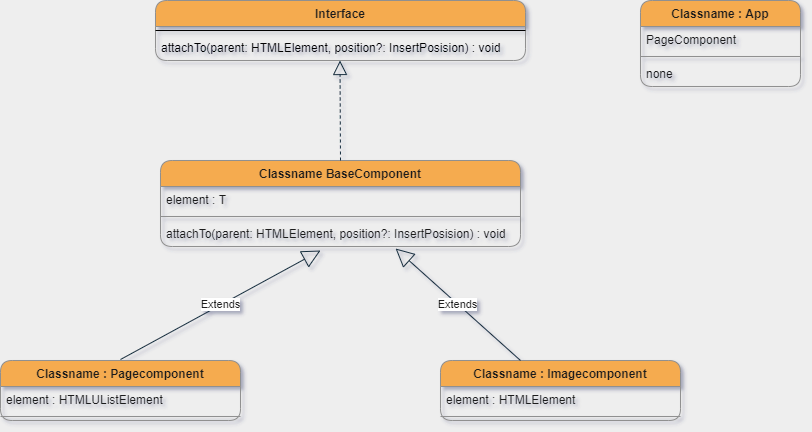
This is ClassDiagram/class-diagram-motion-initialPage.png from goldmayo/Motion, a draw.io export, as it was before one commit. Source tidied: cells renumbered, new cells last; positions are measured from the earlier drawing's top-left corner, leaving out a move shared by most shapes.
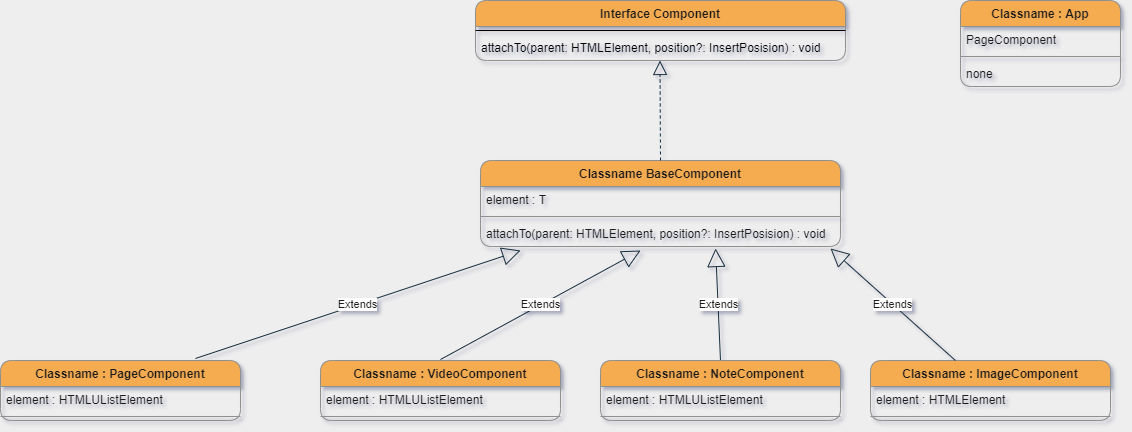
Later version of the same file.

Commit message:
update ClassDiagram, add note video todo components

The edit, as a diff of the source:
```diff
@@ -14,7 +14,7 @@
     <mxCell id="5" value="none" style="text;strokeColor=none;fillColor=none;align=left;verticalAlign=top;spacingLeft=4;spacingRight=4;overflow=hidden;fontColor=#1A1A1A;" parent="2" vertex="1">
       <mxGeometry y="60" width="160" height="26" as="geometry" />
     </mxCell>
-    <mxCell id="6" value="Classname : Pagecomponent" style="swimlane;fontStyle=1;align=center;verticalAlign=top;horizontal=1;startSize=26;rounded=1;strokeColor=#909090;fillColor=#F5AB50;fontColor=#1A1A1A;" parent="1" vertex="1">
+    <mxCell id="6" value="Classname : VideoComponent" style="swimlane;fontStyle=1;align=center;verticalAlign=top;horizontal=1;startSize=26;rounded=1;strokeColor=#909090;fillColor=#F5AB50;fontColor=#1A1A1A;" parent="1" vertex="1">
       <mxGeometry y="360" width="240" height="60" as="geometry" />
     </mxCell>
     <mxCell id="7" value="element : HTMLUListElement" style="text;strokeColor=none;fillColor=none;align=left;verticalAlign=top;spacingLeft=4;spacingRight=4;overflow=hidden;fontColor=#1A1A1A;" parent="6" vertex="1">
@@ -23,8 +23,8 @@
     <mxCell id="8" style="line;strokeWidth=1;fillColor=none;align=left;verticalAlign=middle;spacingTop=-1;spacingLeft=3;spacingRight=3;labelPosition=right;strokeColor=#909090;fontColor=#1A1A1A;labelBackgroundColor=#EEEEEE;" parent="6" vertex="1">
       <mxGeometry y="52" width="240" height="8" as="geometry" />
     </mxCell>
-    <mxCell id="9" value="Classname : Imagecomponent" style="swimlane;fontStyle=1;align=center;verticalAlign=top;horizontal=1;startSize=26;rounded=1;strokeColor=#909090;fillColor=#F5AB50;fontColor=#1A1A1A;" parent="1" vertex="1">
-      <mxGeometry x="440" y="360" width="240" height="60" as="geometry" />
+    <mxCell id="9" value="Classname : ImageComponent" style="swimlane;fontStyle=1;align=center;verticalAlign=top;horizontal=1;startSize=26;rounded=1;strokeColor=#909090;fillColor=#F5AB50;fontColor=#1A1A1A;" parent="1" vertex="1">
+      <mxGeometry x="550" y="360" width="240" height="60" as="geometry" />
     </mxCell>
     <mxCell id="10" value="element : HTMLElement" style="text;strokeColor=none;fillColor=none;align=left;verticalAlign=top;spacingLeft=4;spacingRight=4;overflow=hidden;fontColor=#1A1A1A;" parent="9" vertex="1">
       <mxGeometry y="26" width="240" height="26" as="geometry" />
@@ -44,7 +44,7 @@
     <mxCell id="15" value="attachTo(parent: HTMLElement, position?: InsertPosision) : void" style="text;strokeColor=none;fillColor=none;align=left;verticalAlign=top;spacingLeft=4;spacingRight=4;overflow=hidden;points=[[0,0.5],[1,0.5]];portConstraint=eastwest;fontColor=#1A1A1A;" parent="12" vertex="1">
       <mxGeometry y="60" width="360" height="26" as="geometry" />
     </mxCell>
-    <mxCell id="16" value="Interface" style="swimlane;fontStyle=1;align=center;verticalAlign=top;horizontal=1;startSize=26;rounded=1;sketch=0;fontColor=#1A1A1A;strokeColor=#909090;fillColor=#F5AB50;" parent="1" vertex="1">
+    <mxCell id="16" value="Interface Component" style="swimlane;fontStyle=1;align=center;verticalAlign=top;horizontal=1;startSize=26;rounded=1;sketch=0;fontColor=#1A1A1A;strokeColor=#909090;fillColor=#F5AB50;" parent="1" vertex="1">
       <mxGeometry x="155" width="370" height="60" as="geometry" />
     </mxCell>
     <mxCell id="17" style="line;strokeWidth=1;fillColor=none;align=left;verticalAlign=middle;spacingTop=-1;spacingLeft=3;spacingRight=3;labelPosition=right;" parent="16" vertex="1">
@@ -64,10 +64,38 @@
         <mxPoint x="320" y="250" as="targetPoint" />
       </mxGeometry>
     </mxCell>
-    <mxCell id="21" value="Extends" style="endArrow=block;endSize=16;endFill=0;html=1;fontColor=#1A1A1A;strokeColor=#182E3E;entryX=0.653;entryY=1.077;entryDx=0;entryDy=0;entryPerimeter=0;" parent="1" edge="1" target="15">
-      <mxGeometry relative="1" as="geometry">
-        <mxPoint x="520" y="360" as="sourcePoint" />
-      </mxGeometry>
+    <mxCell id="21" value="Extends" style="endArrow=block;endSize=16;endFill=0;html=1;fontColor=#1A1A1A;strokeColor=#182E3E;entryX=0.653;entryY=1.077;entryDx=0;entryDy=0;entryPerimeter=0;exitX=0.5;exitY=0;exitDx=0;exitDy=0;" parent="1" edge="1" source="22" target="15">
+      <mxGeometry relative="1" as="geometry" />
     </mxCell>
+    <mxCell id="22" value="Classname : NoteComponent" style="swimlane;fontStyle=1;align=center;verticalAlign=top;horizontal=1;startSize=26;rounded=1;strokeColor=#909090;fillColor=#F5AB50;fontColor=#1A1A1A;" parent="1" vertex="1">
+      <mxGeometry x="280" y="360" width="240" height="60" as="geometry" />
+    </mxCell>
+    <mxCell id="23" value="element : HTMLUListElement" style="text;strokeColor=none;fillColor=none;align=left;verticalAlign=top;spacingLeft=4;spacingRight=4;overflow=hidden;fontColor=#1A1A1A;" parent="22" vertex="1">
+      <mxGeometry y="26" width="240" height="26" as="geometry" />
+    </mxCell>
+    <mxCell id="24" style="line;strokeWidth=1;fillColor=none;align=left;verticalAlign=middle;spacingTop=-1;spacingLeft=3;spacingRight=3;labelPosition=right;strokeColor=#909090;fontColor=#1A1A1A;labelBackgroundColor=#EEEEEE;" parent="22" vertex="1">
+      <mxGeometry y="52" width="240" height="8" as="geometry" />
+    </mxCell>
+    <mxCell id="25" value="Classname : PageComponent" style="swimlane;fontStyle=1;align=center;verticalAlign=top;horizontal=1;startSize=26;rounded=1;strokeColor=#909090;fillColor=#F5AB50;fontColor=#1A1A1A;" parent="1" vertex="1">
+      <mxGeometry x="-320" y="360" width="240" height="60" as="geometry" />
+    </mxCell>
+    <mxCell id="26" value="element : HTMLUListElement" style="text;strokeColor=none;fillColor=none;align=left;verticalAlign=top;spacingLeft=4;spacingRight=4;overflow=hidden;fontColor=#1A1A1A;" parent="25" vertex="1">
+      <mxGeometry y="26" width="240" height="26" as="geometry" />
+    </mxCell>
+    <mxCell id="27" style="line;strokeWidth=1;fillColor=none;align=left;verticalAlign=middle;spacingTop=-1;spacingLeft=3;spacingRight=3;labelPosition=right;strokeColor=#909090;fontColor=#1A1A1A;labelBackgroundColor=#EEEEEE;" parent="25" vertex="1">
+      <mxGeometry y="52" width="240" height="8" as="geometry" />
+    </mxCell>
+    <mxCell id="28" value="Extends" style="endArrow=block;endSize=16;endFill=0;html=1;fontColor=#1A1A1A;strokeColor=#182E3E;entryX=0.653;entryY=1.077;entryDx=0;entryDy=0;entryPerimeter=0;" parent="1" edge="1">
+      <mxGeometry relative="1" as="geometry">
+        <mxPoint x="634.9" y="360" as="sourcePoint" />
+        <mxPoint x="510" y="248" as="targetPoint" />
+      </mxGeometry>
+    </mxCell>
+    <mxCell id="29" value="Extends" style="endArrow=block;endSize=16;endFill=0;html=1;fontColor=#1A1A1A;strokeColor=#182E3E;" parent="1" edge="1">
+      <mxGeometry relative="1" as="geometry">
+        <mxPoint x="-125.1" y="358" as="sourcePoint" />
+        <mxPoint x="200" y="250" as="targetPoint" />
+      </mxGeometry>
+    </mxCell>
   </root>
 </mxGraphModel>
```
